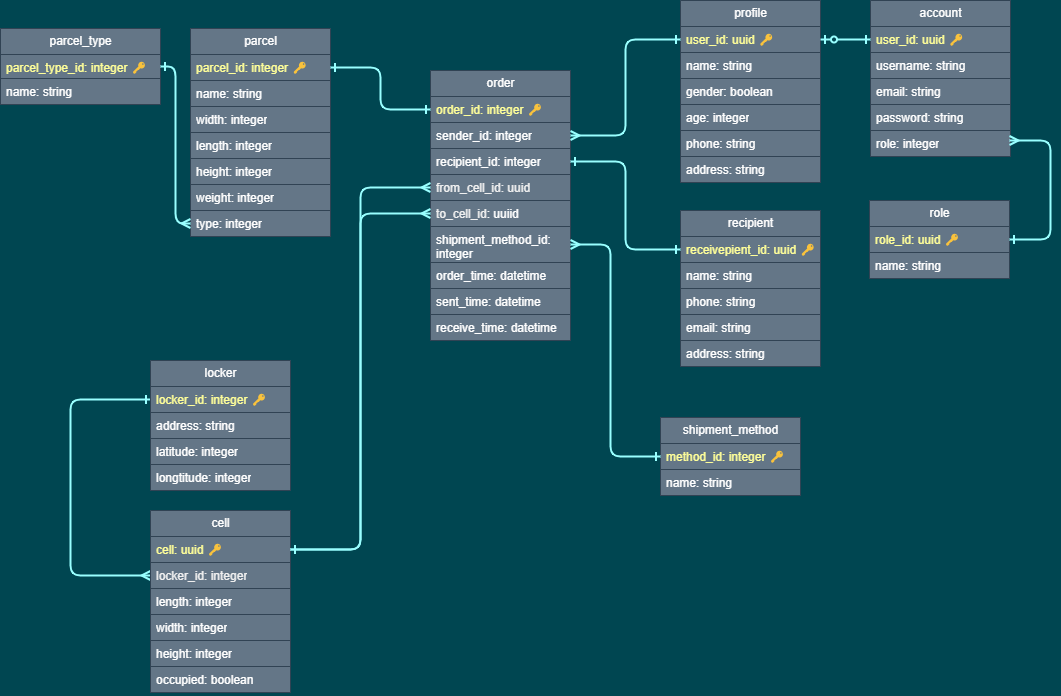
chauanphu/be-parcel-locker keeps this draw.io diagram as UML.drawio.png. Above is the earlier version. Source tidied: cells renumbered, new cells last; positions are measured from the earlier drawing's top-left corner, leaving out a move shared by most shapes.
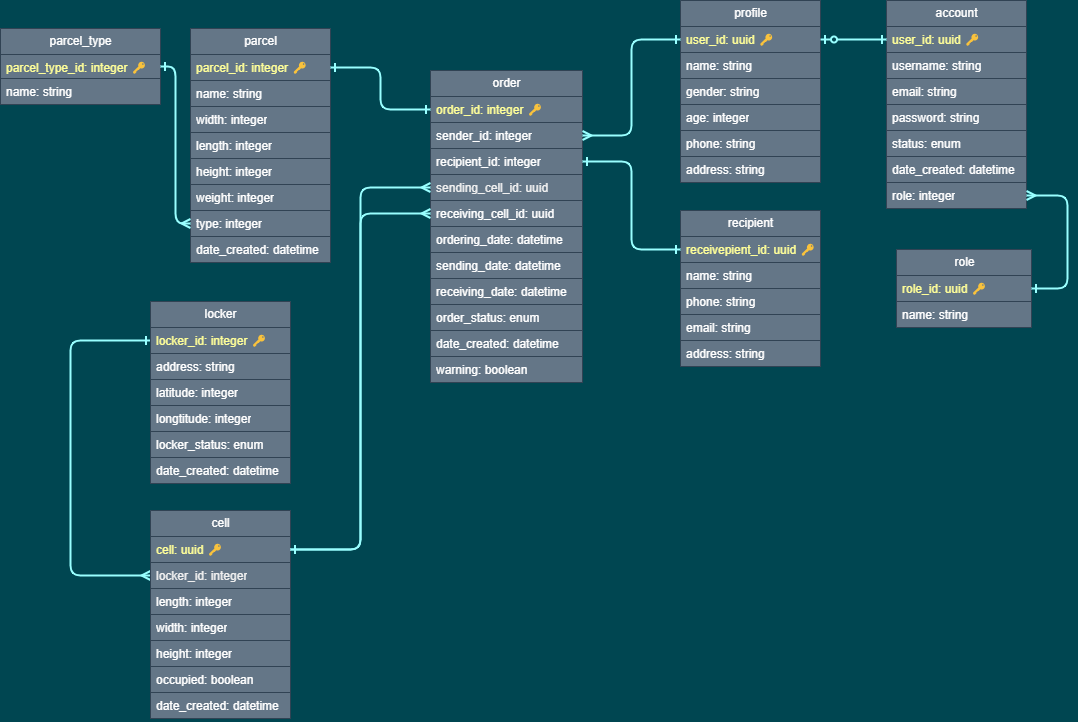
The same file after the commit.

Diff of the diagram source:
```diff
@@ -3,7 +3,7 @@
     <mxCell id="0" />
     <mxCell id="1" parent="0" />
     <mxCell id="2" value="parcel" style="swimlane;fontStyle=0;horizontal=1;startSize=26;fillColor=#647687;html=1;fontColor=#ffffff;strokeColor=#314354;" parent="1" vertex="1">
-      <mxGeometry x="190" y="28" width="140" height="208" as="geometry" />
+      <mxGeometry x="190" y="28" width="140" height="234" as="geometry" />
     </mxCell>
     <mxCell id="3" value="&lt;span style=&quot;color: rgb(255, 255, 153);&quot;&gt;parcel_id&lt;/span&gt;&lt;font color=&quot;#ffff99&quot;&gt;: integer 🔑&lt;/font&gt;" style="text;strokeColor=#314354;fillColor=#647687;align=left;verticalAlign=top;spacingLeft=4;spacingRight=4;overflow=hidden;points=[[0,0.5],[1,0.5]];portConstraint=eastwest;whiteSpace=wrap;html=1;fontColor=#ffffff;" parent="2" vertex="1">
       <mxGeometry y="26" width="140" height="26" as="geometry" />
@@ -26,6 +26,9 @@
     <mxCell id="9" value="type: integer" style="text;strokeColor=#314354;fillColor=#647687;align=left;verticalAlign=top;spacingLeft=4;spacingRight=4;overflow=hidden;points=[[0,0.5],[1,0.5]];portConstraint=eastwest;whiteSpace=wrap;html=1;fontColor=#ffffff;" parent="2" vertex="1">
       <mxGeometry y="182" width="140" height="26" as="geometry" />
     </mxCell>
+    <mxCell id="70" value="date_created: datetime" style="text;strokeColor=#314354;fillColor=#647687;align=left;verticalAlign=top;spacingLeft=4;spacingRight=4;overflow=hidden;whiteSpace=wrap;html=1;fontColor=#ffffff;" parent="2" vertex="1">
+      <mxGeometry y="208" width="140" height="26" as="geometry" />
+    </mxCell>
     <mxCell id="10" value="profile" style="swimlane;fontStyle=0;horizontal=1;startSize=26;fillColor=#647687;html=1;fontColor=#ffffff;strokeColor=#314354;" parent="1" vertex="1">
       <mxGeometry x="680" width="140" height="182" as="geometry" />
     </mxCell>
@@ -35,7 +38,7 @@
     <mxCell id="12" value="name: string" style="text;strokeColor=#314354;fillColor=#647687;align=left;verticalAlign=top;spacingLeft=4;spacingRight=4;overflow=hidden;whiteSpace=wrap;html=1;fontColor=#ffffff;" parent="10" vertex="1">
       <mxGeometry y="52" width="140" height="26" as="geometry" />
     </mxCell>
-    <mxCell id="13" value="gender: boolean" style="text;strokeColor=#314354;fillColor=#647687;align=left;verticalAlign=top;spacingLeft=4;spacingRight=4;overflow=hidden;whiteSpace=wrap;html=1;fontColor=#ffffff;" parent="10" vertex="1">
+    <mxCell id="13" value="gender: string" style="text;strokeColor=#314354;fillColor=#647687;align=left;verticalAlign=top;spacingLeft=4;spacingRight=4;overflow=hidden;whiteSpace=wrap;html=1;fontColor=#ffffff;" parent="10" vertex="1">
       <mxGeometry y="78" width="140" height="26" as="geometry" />
     </mxCell>
     <mxCell id="14" value="age: integer" style="text;strokeColor=#314354;fillColor=#647687;align=left;verticalAlign=top;spacingLeft=4;spacingRight=4;overflow=hidden;whiteSpace=wrap;html=1;fontColor=#ffffff;" parent="10" vertex="1">
@@ -48,34 +51,40 @@
       <mxGeometry y="156" width="140" height="26" as="geometry" />
     </mxCell>
     <mxCell id="17" value="order" style="swimlane;fontStyle=0;horizontal=1;startSize=26;fillColor=#647687;html=1;fontColor=#ffffff;strokeColor=#314354;" parent="1" vertex="1">
-      <mxGeometry x="430" y="70" width="140" height="270" as="geometry" />
+      <mxGeometry x="430" y="70" width="152" height="312" as="geometry" />
     </mxCell>
     <mxCell id="18" value="&lt;font color=&quot;#ffff99&quot;&gt;order_id: integer&amp;nbsp;&lt;/font&gt;&lt;span style=&quot;color: rgb(255, 255, 153);&quot;&gt;🔑&lt;/span&gt;" style="text;strokeColor=#314354;fillColor=#647687;align=left;verticalAlign=top;spacingLeft=4;spacingRight=4;overflow=hidden;points=[[0,0.5],[1,0.5]];portConstraint=eastwest;whiteSpace=wrap;html=1;fontColor=#ffffff;" parent="17" vertex="1">
-      <mxGeometry y="26" width="140" height="26" as="geometry" />
+      <mxGeometry y="26" width="152" height="26" as="geometry" />
     </mxCell>
     <mxCell id="19" value="sender_id: integer" style="text;strokeColor=#314354;fillColor=#647687;align=left;verticalAlign=top;spacingLeft=4;spacingRight=4;overflow=hidden;points=[[0,0.5],[1,0.5]];portConstraint=eastwest;whiteSpace=wrap;html=1;fontColor=#ffffff;" parent="17" vertex="1">
-      <mxGeometry y="52" width="140" height="26" as="geometry" />
+      <mxGeometry y="52" width="152" height="26" as="geometry" />
     </mxCell>
     <mxCell id="20" value="&lt;span style=&quot;text-align: center;&quot;&gt;recipient&lt;/span&gt;_id: integer" style="text;strokeColor=#314354;fillColor=#647687;align=left;verticalAlign=top;spacingLeft=4;spacingRight=4;overflow=hidden;points=[[0,0.5],[1,0.5]];portConstraint=eastwest;whiteSpace=wrap;html=1;fontColor=#ffffff;" parent="17" vertex="1">
-      <mxGeometry y="78" width="140" height="26" as="geometry" />
+      <mxGeometry y="78" width="152" height="26" as="geometry" />
     </mxCell>
-    <mxCell id="21" value="&lt;span style=&quot;color: rgb(240, 240, 240);&quot;&gt;from_cell_id: uuid&lt;/span&gt;" style="text;strokeColor=#314354;fillColor=#647687;align=left;verticalAlign=top;spacingLeft=4;spacingRight=4;overflow=hidden;points=[[0,0.5],[1,0.5]];portConstraint=eastwest;whiteSpace=wrap;html=1;fontColor=#ffffff;" parent="17" vertex="1">
-      <mxGeometry y="104" width="140" height="26" as="geometry" />
+    <mxCell id="21" value="&lt;span style=&quot;color: rgb(240, 240, 240);&quot;&gt;sending_cell_id: uuid&lt;/span&gt;" style="text;strokeColor=#314354;fillColor=#647687;align=left;verticalAlign=top;spacingLeft=4;spacingRight=4;overflow=hidden;points=[[0,0.5],[1,0.5]];portConstraint=eastwest;whiteSpace=wrap;html=1;fontColor=#ffffff;" parent="17" vertex="1">
+      <mxGeometry y="104" width="152" height="26" as="geometry" />
     </mxCell>
-    <mxCell id="22" value="&lt;span style=&quot;color: rgb(240, 240, 240);&quot;&gt;to_cell_id&lt;/span&gt;: uuiid" style="text;strokeColor=#314354;fillColor=#647687;align=left;verticalAlign=top;spacingLeft=4;spacingRight=4;overflow=hidden;points=[[0,0.5],[1,0.5]];portConstraint=eastwest;whiteSpace=wrap;html=1;fontColor=#ffffff;" parent="17" vertex="1">
-      <mxGeometry y="130" width="140" height="26" as="geometry" />
+    <mxCell id="22" value="receiving_cell_id: uuid" style="text;strokeColor=#314354;fillColor=#647687;align=left;verticalAlign=top;spacingLeft=4;spacingRight=4;overflow=hidden;points=[[0,0.5],[1,0.5]];portConstraint=eastwest;whiteSpace=wrap;html=1;fontColor=#ffffff;" parent="17" vertex="1">
+      <mxGeometry y="130" width="152" height="26" as="geometry" />
     </mxCell>
-    <mxCell id="23" value="shipment_method_id: integer" style="text;strokeColor=#314354;fillColor=#647687;align=left;verticalAlign=top;spacingLeft=4;spacingRight=4;overflow=hidden;points=[[0,0.5],[1,0.5]];portConstraint=eastwest;whiteSpace=wrap;html=1;fontColor=#ffffff;" parent="17" vertex="1">
-      <mxGeometry y="156" width="140" height="36" as="geometry" />
-    </mxCell>
-    <mxCell id="24" value="order_time: datetime" style="text;strokeColor=#314354;fillColor=#647687;align=left;verticalAlign=top;spacingLeft=4;spacingRight=4;overflow=hidden;whiteSpace=wrap;html=1;fontColor=#ffffff;" parent="17" vertex="1">
-      <mxGeometry y="192" width="140" height="26" as="geometry" />
+    <mxCell id="24" value="ordering_date: datetime" style="text;strokeColor=#314354;fillColor=#647687;align=left;verticalAlign=top;spacingLeft=4;spacingRight=4;overflow=hidden;whiteSpace=wrap;html=1;fontColor=#ffffff;" parent="17" vertex="1">
+      <mxGeometry y="156" width="152" height="26" as="geometry" />
     </mxCell>
-    <mxCell id="25" value="sent_time: datetime" style="text;strokeColor=#314354;fillColor=#647687;align=left;verticalAlign=top;spacingLeft=4;spacingRight=4;overflow=hidden;whiteSpace=wrap;html=1;fontColor=#ffffff;" parent="17" vertex="1">
-      <mxGeometry y="218" width="140" height="26" as="geometry" />
+    <mxCell id="25" value="sending_date: datetime" style="text;strokeColor=#314354;fillColor=#647687;align=left;verticalAlign=top;spacingLeft=4;spacingRight=4;overflow=hidden;whiteSpace=wrap;html=1;fontColor=#ffffff;" parent="17" vertex="1">
+      <mxGeometry y="182" width="152" height="26" as="geometry" />
     </mxCell>
+    <mxCell id="71" value="receiving_date: datetime" style="text;strokeColor=#314354;fillColor=#647687;align=left;verticalAlign=top;spacingLeft=4;spacingRight=4;overflow=hidden;whiteSpace=wrap;html=1;fontColor=#ffffff;" parent="17" vertex="1">
+      <mxGeometry y="208" width="152" height="26" as="geometry" />
+    </mxCell>
+    <mxCell id="72" value="order_status: enum" style="text;strokeColor=#314354;fillColor=#647687;align=left;verticalAlign=top;spacingLeft=4;spacingRight=4;overflow=hidden;whiteSpace=wrap;html=1;fontColor=#ffffff;" parent="17" vertex="1">
+      <mxGeometry y="234" width="152" height="26" as="geometry" />
+    </mxCell>
+    <mxCell id="73" value="date_created: datetime" style="text;strokeColor=#314354;fillColor=#647687;align=left;verticalAlign=top;spacingLeft=4;spacingRight=4;overflow=hidden;whiteSpace=wrap;html=1;fontColor=#ffffff;" parent="17" vertex="1">
+      <mxGeometry y="260" width="152" height="26" as="geometry" />
+    </mxCell>
-    <mxCell id="26" value="receive_time: datetime" style="text;strokeColor=#314354;fillColor=#647687;align=left;verticalAlign=top;spacingLeft=4;spacingRight=4;overflow=hidden;whiteSpace=wrap;html=1;fontColor=#ffffff;" parent="17" vertex="1">
-      <mxGeometry y="244" width="140" height="26" as="geometry" />
+    <mxCell id="26" value="warning: boolean" style="text;strokeColor=#314354;fillColor=#647687;align=left;verticalAlign=top;spacingLeft=4;spacingRight=4;overflow=hidden;whiteSpace=wrap;html=1;fontColor=#ffffff;" parent="17" vertex="1">
+      <mxGeometry y="286" width="152" height="26" as="geometry" />
     </mxCell>
     <mxCell id="27" style="edgeStyle=elbowEdgeStyle;html=1;exitX=0;exitY=0.5;exitDx=0;exitDy=0;entryX=0;entryY=0.5;entryDx=0;entryDy=0;strokeWidth=2;endArrow=ERmany;endFill=0;startArrow=ERone;startFill=0;strokeColor=#99FFFF;" parent="1" edge="1" source="29" target="40">
       <mxGeometry relative="1" as="geometry">
@@ -85,7 +94,7 @@
       </mxGeometry>
     </mxCell>
     <mxCell id="28" value="locker" style="swimlane;fontStyle=0;horizontal=1;startSize=26;fillColor=#647687;html=1;fontColor=#ffffff;strokeColor=#314354;" parent="1" vertex="1">
-      <mxGeometry x="150" y="360" width="140" height="130" as="geometry" />
+      <mxGeometry x="150" y="301" width="140" height="182" as="geometry" />
     </mxCell>
     <mxCell id="29" value="&lt;font color=&quot;#ffff99&quot;&gt;locker_id: integer&amp;nbsp;&lt;/font&gt;&lt;span style=&quot;color: rgb(255, 255, 153);&quot;&gt;🔑&lt;/span&gt;" style="text;strokeColor=#314354;fillColor=#647687;align=left;verticalAlign=top;spacingLeft=4;spacingRight=4;overflow=hidden;points=[[0,0.5],[1,0.5]];portConstraint=eastwest;whiteSpace=wrap;html=1;fontColor=#ffffff;" parent="28" vertex="1">
       <mxGeometry y="26" width="140" height="26" as="geometry" />
@@ -99,23 +108,20 @@
     <mxCell id="32" value="longtitude: integer" style="text;strokeColor=#314354;fillColor=#647687;align=left;verticalAlign=top;spacingLeft=4;spacingRight=4;overflow=hidden;whiteSpace=wrap;html=1;fontColor=#ffffff;" parent="28" vertex="1">
       <mxGeometry y="104" width="140" height="26" as="geometry" />
     </mxCell>
+    <mxCell id="74" value="locker_status: enum" style="text;strokeColor=#314354;fillColor=#647687;align=left;verticalAlign=top;spacingLeft=4;spacingRight=4;overflow=hidden;whiteSpace=wrap;html=1;fontColor=#ffffff;" parent="28" vertex="1">
+      <mxGeometry y="130" width="140" height="26" as="geometry" />
+    </mxCell>
+    <mxCell id="75" value="date_created: datetime" style="text;strokeColor=#314354;fillColor=#647687;align=left;verticalAlign=top;spacingLeft=4;spacingRight=4;overflow=hidden;whiteSpace=wrap;html=1;fontColor=#ffffff;" parent="28" vertex="1">
+      <mxGeometry y="156" width="140" height="26" as="geometry" />
+    </mxCell>
     <mxCell id="33" style="edgeStyle=orthogonalEdgeStyle;html=1;exitX=1;exitY=0.5;exitDx=0;exitDy=0;entryX=0;entryY=0.5;entryDx=0;entryDy=0;startArrow=ERone;startFill=0;endArrow=ERone;endFill=0;fillColor=#647687;strokeColor=#99FFFF;strokeWidth=2;" parent="1" edge="1" source="3" target="18">
       <mxGeometry relative="1" as="geometry" />
     </mxCell>
     <mxCell id="34" style="edgeStyle=orthogonalEdgeStyle;html=1;exitX=1;exitY=0.5;exitDx=0;exitDy=0;fillColor=#647687;strokeColor=#99FFFF;strokeWidth=2;endArrow=ERone;endFill=0;startArrow=ERmany;startFill=0;" parent="1" edge="1" source="19" target="11">
       <mxGeometry relative="1" as="geometry" />
     </mxCell>
-    <mxCell id="35" value="shipment_method" style="swimlane;fontStyle=0;horizontal=1;startSize=26;fillColor=#647687;html=1;fontColor=#ffffff;strokeColor=#314354;" parent="1" vertex="1">
-      <mxGeometry x="660" y="417" width="140" height="78" as="geometry" />
-    </mxCell>
-    <mxCell id="36" value="&lt;font color=&quot;#ffff99&quot;&gt;method_id: integer&amp;nbsp;&lt;/font&gt;&lt;span style=&quot;color: rgb(255, 255, 153);&quot;&gt;🔑&lt;/span&gt;" style="text;strokeColor=#314354;fillColor=#647687;align=left;verticalAlign=top;spacingLeft=4;spacingRight=4;overflow=hidden;points=[[0,0.5],[1,0.5]];portConstraint=eastwest;whiteSpace=wrap;html=1;fontColor=#ffffff;" parent="35" vertex="1">
-      <mxGeometry y="26" width="140" height="26" as="geometry" />
-    </mxCell>
-    <mxCell id="37" value="name: string" style="text;strokeColor=#314354;fillColor=#647687;align=left;verticalAlign=top;spacingLeft=4;spacingRight=4;overflow=hidden;whiteSpace=wrap;html=1;fontColor=#ffffff;" parent="35" vertex="1">
-      <mxGeometry y="52" width="140" height="26" as="geometry" />
-    </mxCell>
     <mxCell id="38" value="cell" style="swimlane;fontStyle=0;horizontal=1;startSize=26;fillColor=#647687;html=1;fontColor=#ffffff;strokeColor=#314354;" parent="1" vertex="1">
-      <mxGeometry x="150" y="510" width="140" height="182" as="geometry" />
+      <mxGeometry x="150" y="510" width="140" height="208" as="geometry" />
     </mxCell>
     <mxCell id="39" value="&lt;font color=&quot;#ffff99&quot;&gt;cell: uuid&amp;nbsp;&lt;/font&gt;&lt;span style=&quot;color: rgb(255, 255, 153);&quot;&gt;🔑&lt;/span&gt;" style="text;strokeColor=#314354;fillColor=#647687;align=left;verticalAlign=top;spacingLeft=4;spacingRight=4;overflow=hidden;points=[[0,0.5],[1,0.5]];portConstraint=eastwest;whiteSpace=wrap;html=1;fontColor=#ffffff;" parent="38" vertex="1">
       <mxGeometry y="26" width="140" height="26" as="geometry" />
@@ -135,6 +141,9 @@
     <mxCell id="44" value="occupied: boolean" style="text;strokeColor=#314354;fillColor=#647687;align=left;verticalAlign=top;spacingLeft=4;spacingRight=4;overflow=hidden;whiteSpace=wrap;html=1;fontColor=#ffffff;" parent="38" vertex="1">
       <mxGeometry y="156" width="140" height="26" as="geometry" />
     </mxCell>
+    <mxCell id="76" value="date_created: datetime" style="text;strokeColor=#314354;fillColor=#647687;align=left;verticalAlign=top;spacingLeft=4;spacingRight=4;overflow=hidden;whiteSpace=wrap;html=1;fontColor=#ffffff;" parent="38" vertex="1">
+      <mxGeometry y="182" width="140" height="26" as="geometry" />
+    </mxCell>
     <mxCell id="45" style="edgeStyle=orthogonalEdgeStyle;html=1;exitX=1;exitY=0.5;exitDx=0;exitDy=0;strokeColor=#99FFFF;strokeWidth=2;fontColor=#F0F0F0;startArrow=ERone;startFill=0;endArrow=ERmany;endFill=0;entryX=0;entryY=0.5;entryDx=0;entryDy=0;" parent="1" edge="1" source="39" target="21">
       <mxGeometry relative="1" as="geometry" />
     </mxCell>
@@ -142,7 +151,7 @@
       <mxGeometry relative="1" as="geometry" />
     </mxCell>
     <mxCell id="47" value="account" style="swimlane;fontStyle=0;horizontal=1;startSize=26;fillColor=#647687;html=1;fontColor=#ffffff;strokeColor=#314354;" parent="1" vertex="1">
-      <mxGeometry x="870" width="140" height="156" as="geometry" />
+      <mxGeometry x="886" width="140" height="208" as="geometry" />
     </mxCell>
     <mxCell id="48" value="&lt;font color=&quot;#ffff99&quot;&gt;user_id: uuid&amp;nbsp;&lt;/font&gt;&lt;span style=&quot;color: rgb(255, 255, 153);&quot;&gt;🔑&lt;/span&gt;" style="text;strokeColor=#314354;fillColor=#647687;align=left;verticalAlign=top;spacingLeft=4;spacingRight=4;overflow=hidden;points=[[0,0.5],[1,0.5]];portConstraint=eastwest;whiteSpace=wrap;html=1;fontColor=#ffffff;" parent="47" vertex="1">
       <mxGeometry y="26" width="140" height="26" as="geometry" />
@@ -156,9 +165,15 @@
     <mxCell id="51" value="password: string" style="text;strokeColor=#314354;fillColor=#647687;align=left;verticalAlign=top;spacingLeft=4;spacingRight=4;overflow=hidden;whiteSpace=wrap;html=1;fontColor=#ffffff;" parent="47" vertex="1">
       <mxGeometry y="104" width="140" height="26" as="geometry" />
     </mxCell>
-    <mxCell id="52" value="role: integer" style="text;strokeColor=#314354;fillColor=#647687;align=left;verticalAlign=top;spacingLeft=4;spacingRight=4;overflow=hidden;whiteSpace=wrap;html=1;fontColor=#ffffff;" parent="47" vertex="1">
+    <mxCell id="52" value="status: enum" style="text;strokeColor=#314354;fillColor=#647687;align=left;verticalAlign=top;spacingLeft=4;spacingRight=4;overflow=hidden;whiteSpace=wrap;html=1;fontColor=#ffffff;" parent="47" vertex="1">
       <mxGeometry y="130" width="140" height="26" as="geometry" />
     </mxCell>
+    <mxCell id="77" value="date_created: datetime" style="text;strokeColor=#314354;fillColor=#647687;align=left;verticalAlign=top;spacingLeft=4;spacingRight=4;overflow=hidden;whiteSpace=wrap;html=1;fontColor=#ffffff;" parent="47" vertex="1">
+      <mxGeometry y="156" width="140" height="26" as="geometry" />
+    </mxCell>
+    <mxCell id="78" value="role: integer" style="text;strokeColor=#314354;fillColor=#647687;align=left;verticalAlign=top;spacingLeft=4;spacingRight=4;overflow=hidden;points=[[0,0.5],[1,0.5]];portConstraint=eastwest;whiteSpace=wrap;html=1;fontColor=#ffffff;" parent="47" vertex="1">
+      <mxGeometry y="182" width="140" height="26" as="geometry" />
+    </mxCell>
     <mxCell id="53" style="edgeStyle=orthogonalEdgeStyle;html=1;exitX=1;exitY=0.5;exitDx=0;exitDy=0;entryX=0;entryY=0.5;entryDx=0;entryDy=0;fillColor=#647687;strokeColor=#99FFFF;strokeWidth=2;endArrow=ERone;endFill=0;startArrow=ERzeroToOne;startFill=0;" parent="1" edge="1" source="11" target="48">
       <mxGeometry relative="1" as="geometry" />
     </mxCell>
@@ -195,31 +210,22 @@
     <mxCell id="64" style="edgeStyle=orthogonalEdgeStyle;shape=connector;rounded=1;html=1;exitX=0;exitY=0.5;exitDx=0;exitDy=0;entryX=1;entryY=0.5;entryDx=0;entryDy=0;labelBackgroundColor=default;strokeColor=#99FFFF;strokeWidth=2;fontFamily=Helvetica;fontSize=11;fontColor=default;startArrow=ERmany;startFill=0;endArrow=ERone;endFill=0;fillColor=#647687;" parent="1" edge="1" source="9" target="62">
       <mxGeometry relative="1" as="geometry" />
     </mxCell>
-    <mxCell id="65" style="edgeStyle=orthogonalEdgeStyle;shape=connector;rounded=1;html=1;exitX=1;exitY=0.5;exitDx=0;exitDy=0;entryX=0;entryY=0.5;entryDx=0;entryDy=0;labelBackgroundColor=default;strokeColor=#99FFFF;strokeWidth=2;fontFamily=Helvetica;fontSize=11;fontColor=default;startArrow=ERmany;startFill=0;endArrow=ERone;endFill=0;fillColor=#647687;" parent="1" edge="1" source="23" target="36">
-      <mxGeometry relative="1" as="geometry">
-        <Array as="points">
-          <mxPoint x="610" y="244" />
-          <mxPoint x="610" y="456" />
-        </Array>
-      </mxGeometry>
-    </mxCell>
     <mxCell id="66" value="role" style="swimlane;fontStyle=0;horizontal=1;startSize=26;fillColor=#647687;html=1;fontColor=#ffffff;strokeColor=#314354;" parent="1" vertex="1">
-      <mxGeometry x="869" y="200" width="140" height="78" as="geometry" />
+      <mxGeometry x="896" y="249" width="135" height="78" as="geometry" />
     </mxCell>
     <mxCell id="67" value="&lt;font color=&quot;#ffff99&quot;&gt;role_id: uuid&amp;nbsp;&lt;/font&gt;&lt;span style=&quot;color: rgb(255, 255, 153);&quot;&gt;🔑&lt;/span&gt;" style="text;strokeColor=#314354;fillColor=#647687;align=left;verticalAlign=top;spacingLeft=4;spacingRight=4;overflow=hidden;points=[[0,0.5],[1,0.5]];portConstraint=eastwest;whiteSpace=wrap;html=1;fontColor=#ffffff;" parent="66" vertex="1">
-      <mxGeometry y="26" width="140" height="26" as="geometry" />
+      <mxGeometry y="26" width="135" height="26" as="geometry" />
     </mxCell>
     <mxCell id="68" value="name: string" style="text;strokeColor=#314354;fillColor=#647687;align=left;verticalAlign=top;spacingLeft=4;spacingRight=4;overflow=hidden;whiteSpace=wrap;html=1;fontColor=#ffffff;" parent="66" vertex="1">
-      <mxGeometry y="52" width="140" height="26" as="geometry" />
+      <mxGeometry y="52" width="135" height="26" as="geometry" />
     </mxCell>
-    <mxCell id="69" style="edgeStyle=orthogonalEdgeStyle;shape=connector;rounded=1;html=1;entryX=1;entryY=0.5;entryDx=0;entryDy=0;labelBackgroundColor=default;strokeColor=#99FFFF;strokeWidth=2;fontFamily=Helvetica;fontSize=11;fontColor=default;startArrow=ERmany;startFill=0;endArrow=ERone;endFill=0;fillColor=#647687;" parent="1" edge="1" target="67">
-      <mxGeometry relative="1" as="geometry">
-        <mxPoint x="1009" y="140" as="sourcePoint" />
-        <Array as="points">
-          <mxPoint x="1050" y="140" />
-          <mxPoint x="1050" y="239" />
-        </Array>
-      </mxGeometry>
-    </mxCell>
+    <mxCell id="79" style="edgeStyle=orthogonalEdgeStyle;html=1;strokeColor=#99FFFF;strokeWidth=2;endArrow=ERmany;endFill=0;startArrow=ERone;startFill=0;" parent="1" edge="1" source="67" target="78">
+      <mxGeometry relative="1" as="geometry">
+        <Array as="points">
+          <mxPoint x="1067" y="288" />
+          <mxPoint x="1067" y="195" />
+        </Array>
+      </mxGeometry>
+    </mxCell>
   </root>
 </mxGraphModel>
```
